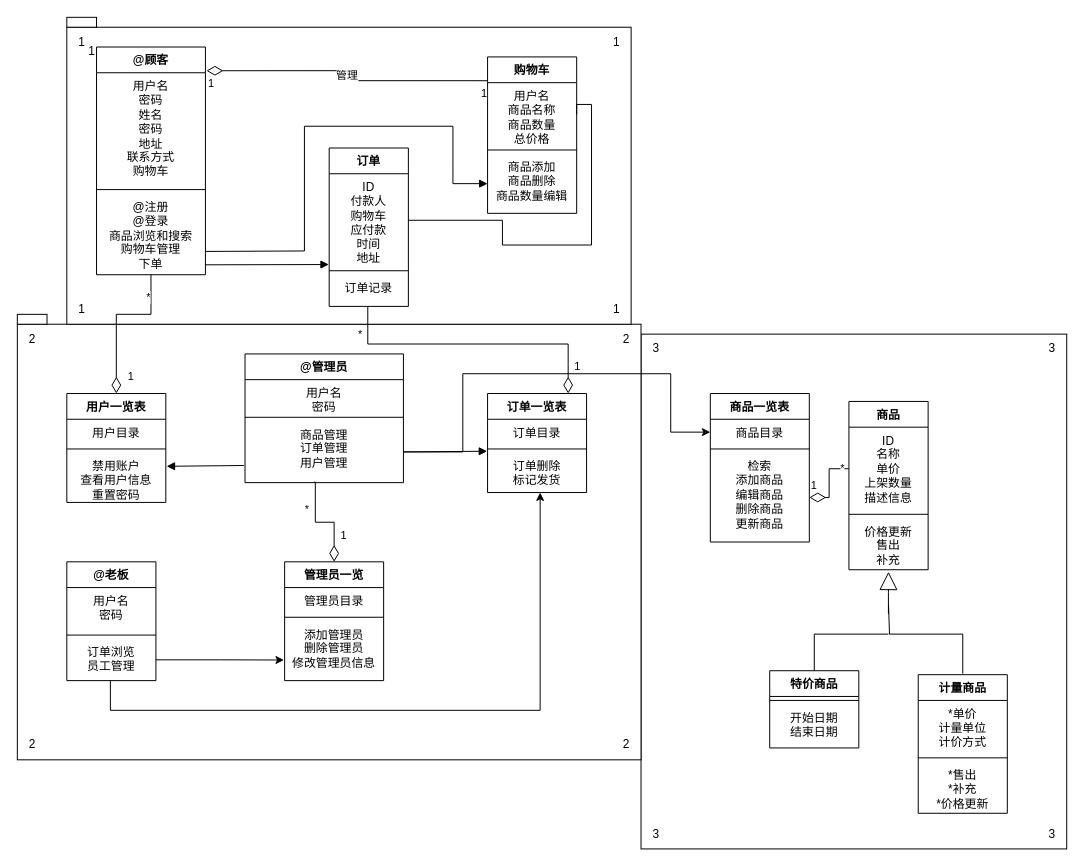
Above: 未命名绘图.drawio in Grayguoliang/learngit (draw.io), before the change. Source tidied: cells renumbered, new cells numbered last; positions are measured from the earlier drawing's top-left corner, leaving out a move shared by most shapes. Both pictures are drawn from the tidied source at 99%, with x=0, y=0 at pixel (17, 17).
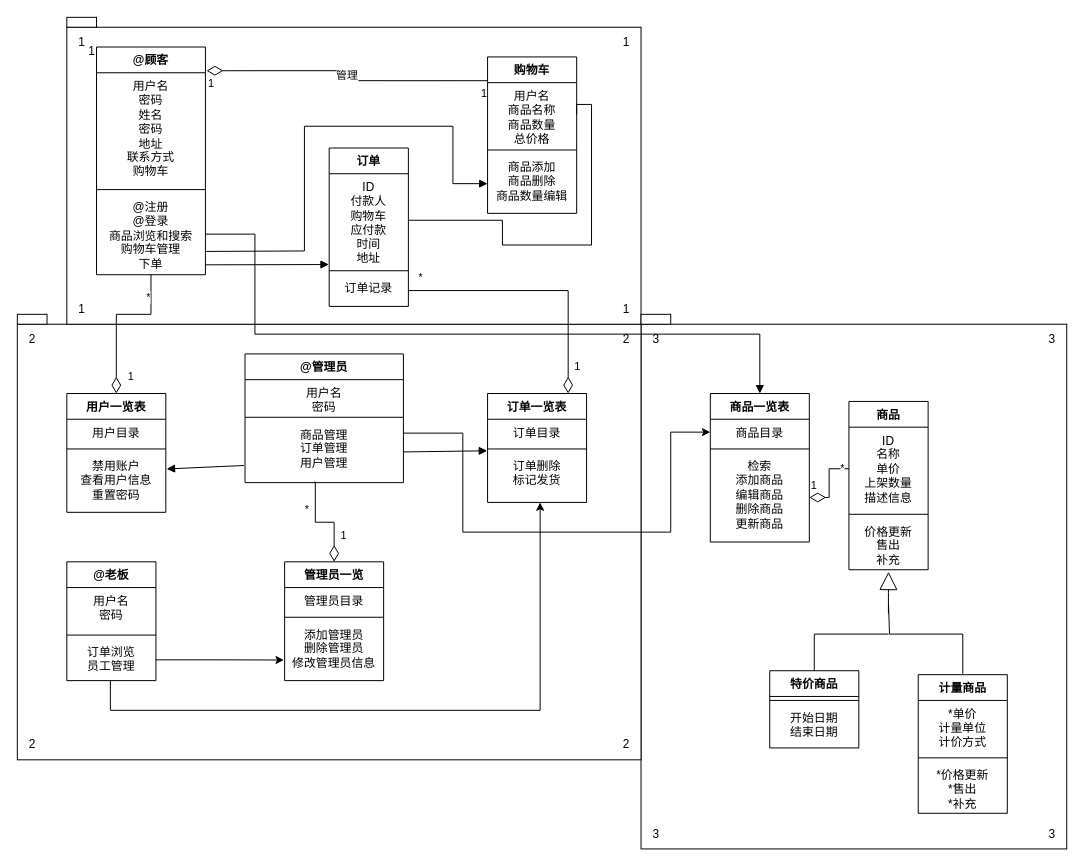
Above is the later version.

Commit message:
商店管理系统

Unchanged cells that the change refers to:
```xml
<mxCell id="8" value="订单记录" style="text;strokeColor=none;fillColor=none;align=center;verticalAlign=top;spacingLeft=4;spacingRight=4;overflow=hidden;points=[[0,0.5],[1,0.5]];portConstraint=eastwest;whiteSpace=wrap;html=1;" parent="5" vertex="1">
  <mxGeometry y="128" width="80" height="32" as="geometry" />
</mxCell>
<mxCell id="13" value="&lt;div style=&quot;&quot;&gt;&lt;span style=&quot;background-color: initial;&quot;&gt;@注册&lt;/span&gt;&lt;/div&gt;&lt;div style=&quot;&quot;&gt;&lt;span style=&quot;background-color: initial;&quot;&gt;@登录&lt;/span&gt;&lt;/div&gt;&lt;div style=&quot;&quot;&gt;&lt;span style=&quot;background-color: initial;&quot;&gt;商品浏览和搜索&lt;/span&gt;&lt;/div&gt;&lt;div style=&quot;&quot;&gt;&lt;span style=&quot;background-color: initial;&quot;&gt;购物车管理&lt;/span&gt;&lt;/div&gt;&lt;div style=&quot;&quot;&gt;&lt;span style=&quot;background-color: initial;&quot;&gt;下单&lt;/span&gt;&lt;/div&gt;&lt;div style=&quot;&quot;&gt;&lt;span style=&quot;background-color: initial;&quot;&gt;&lt;br&gt;&lt;/span&gt;&lt;/div&gt;" style="text;strokeColor=none;fillColor=none;align=center;verticalAlign=top;spacingLeft=4;spacingRight=4;overflow=hidden;points=[[0,0.5],[1,0.5]];portConstraint=eastwest;whiteSpace=wrap;html=1;" parent="10" vertex="1">
  <mxGeometry y="148" width="110" height="82" as="geometry" />
</mxCell>
<mxCell id="22" value="商品管理&lt;br&gt;订单管理&lt;br&gt;用户管理" style="text;strokeColor=none;fillColor=none;align=center;verticalAlign=top;spacingLeft=4;spacingRight=4;overflow=hidden;points=[[0,0.5],[1,0.5]];portConstraint=eastwest;whiteSpace=wrap;html=1;" parent="19" vertex="1">
  <mxGeometry y="68" width="160" height="62" as="geometry" />
</mxCell>
<mxCell id="67" value="商品一览表" style="swimlane;fontStyle=1;align=center;verticalAlign=top;horizontal=1;startSize=26;whiteSpace=wrap;html=1;" parent="1" vertex="1">
  <mxGeometry x="700" y="380" width="100" height="150" as="geometry" />
</mxCell>
<mxCell id="68" value="商品目录" style="text;strokeColor=none;fillColor=none;align=center;verticalAlign=top;spacingLeft=4;spacingRight=4;overflow=hidden;points=[[0,0.5],[1,0.5]];portConstraint=eastwest;whiteSpace=wrap;html=1;" parent="67" vertex="1">
  <mxGeometry y="26" width="100" height="26" as="geometry" />
</mxCell>
<mxCell id="84" value="计量商品" style="swimlane;fontStyle=1;align=center;verticalAlign=top;horizontal=1;startSize=26;whiteSpace=wrap;html=1;" parent="1" vertex="1">
  <mxGeometry x="910" y="664" width="90" height="140" as="geometry" />
</mxCell>
```

The edit, as a diff of the source:
```diff
@@
     <mxCell id="2" style="rounded=0;whiteSpace=wrap;html=1;" parent="1" vertex="1">
-      <mxGeometry x="630" y="320" width="430" height="520" as="geometry" />
+      <mxGeometry x="630" y="310" width="430" height="530" as="geometry" />
     </mxCell>
@@
     <mxCell id="4" style="rounded=0;whiteSpace=wrap;html=1;" parent="1" vertex="1">
-      <mxGeometry x="50" y="10" width="570" height="300" as="geometry" />
+      <mxGeometry x="50" y="10" width="580" height="300" as="geometry" />
     </mxCell>
@@
     <mxCell id="28" value="订单一览表" style="swimlane;fontStyle=1;align=center;verticalAlign=top;horizontal=1;startSize=26;whiteSpace=wrap;html=1;" parent="1" vertex="1">
-      <mxGeometry x="475" y="380" width="100" height="100" as="geometry" />
+      <mxGeometry x="475" y="380" width="100" height="110" as="geometry" />
     </mxCell>
@@
     <mxCell id="31" value="订单删除&lt;br&gt;标记发货" style="text;strokeColor=none;fillColor=none;align=center;verticalAlign=top;spacingLeft=4;spacingRight=4;overflow=hidden;points=[[0,0.5],[1,0.5]];portConstraint=eastwest;whiteSpace=wrap;html=1;" parent="28" vertex="1">
-      <mxGeometry y="60" width="100" height="40" as="geometry" />
+      <mxGeometry y="60" width="100" height="50" as="geometry" />
     </mxCell>
     <mxCell id="32" value="用户一览表" style="swimlane;fontStyle=1;align=center;verticalAlign=top;horizontal=1;startSize=26;whiteSpace=wrap;html=1;" parent="1" vertex="1">
-      <mxGeometry x="50" y="380" width="100" height="110" as="geometry" />
+      <mxGeometry x="50" y="380" width="100" height="120" as="geometry" />
     </mxCell>
@@
     <mxCell id="35" value="禁用账户&lt;br&gt;查看用户信息&lt;br&gt;重置密码" style="text;strokeColor=none;fillColor=none;align=center;verticalAlign=top;spacingLeft=4;spacingRight=4;overflow=hidden;points=[[0,0.5],[1,0.5]];portConstraint=eastwest;whiteSpace=wrap;html=1;" parent="32" vertex="1">
-      <mxGeometry y="60" width="100" height="50" as="geometry" />
+      <mxGeometry y="60" width="100" height="60" as="geometry" />
     </mxCell>
@@
-    <mxCell id="41" style="endArrow=none;html=1;endSize=12;startArrow=diamondThin;startSize=14;startFill=0;edgeStyle=orthogonalEdgeStyle;rounded=0;exitX=0.5;exitY=0;exitDx=0;exitDy=0;endFill=0;" parent="1" edge="1" target="8">
+    <mxCell id="41" style="endArrow=none;html=1;endSize=12;startArrow=diamondThin;startSize=14;startFill=0;edgeStyle=orthogonalEdgeStyle;rounded=0;exitX=0.5;exitY=0;exitDx=0;exitDy=0;endFill=0;entryX=1;entryY=0.5;entryDx=0;entryDy=0;" parent="1" edge="1" target="8">
       <mxGeometry relative="1" as="geometry">
         <mxPoint x="556.4" y="380" as="sourcePoint" />
         <Array as="points">
-          <mxPoint x="556" y="330" />
-          <mxPoint x="354" y="330" />
+          <mxPoint x="556" y="276" />
         </Array>
       </mxGeometry>
     </mxCell>
@@
     <mxCell id="43" value="*" style="edgeLabel;html=1;align=right;verticalAlign=top;" parent="41" vertex="1">
       <mxGeometry x="1" relative="1" as="geometry">
-        <mxPoint x="-5" y="15" as="offset" />
+        <mxPoint x="15" y="-26" as="offset" />
       </mxGeometry>
     </mxCell>
@@
     <mxCell id="57" value="1" style="text;html=1;align=center;verticalAlign=middle;strokeColor=none;fillColor=none;" parent="1" vertex="1">
-      <mxGeometry x="590" y="10" width="30" height="30" as="geometry" />
+      <mxGeometry x="600" y="10" width="30" height="30" as="geometry" />
     </mxCell>
     <mxCell id="58" value="1" style="text;html=1;align=center;verticalAlign=middle;strokeColor=none;fillColor=none;" parent="1" vertex="1">
-      <mxGeometry x="590" y="280" width="30" height="30" as="geometry" />
+      <mxGeometry x="600" y="280" width="30" height="30" as="geometry" />
     </mxCell>
@@
-    <mxCell id="71" style="edgeStyle=orthogonalEdgeStyle;rounded=0;jettySize=auto;html=1;entryX=0;entryY=0.5;entryDx=0;entryDy=0;exitX=1;exitY=0.5;exitDx=0;exitDy=0;" parent="1" edge="1" source="22" target="68">
+    <mxCell id="71" style="edgeStyle=orthogonalEdgeStyle;rounded=0;jettySize=auto;html=1;entryX=0;entryY=0.5;entryDx=0;entryDy=0;" parent="1" edge="1" target="68">
       <mxGeometry relative="1" as="geometry">
+        <mxPoint x="390" y="420" as="sourcePoint" />
         <Array as="points">
-          <mxPoint x="450" y="439" />
-          <mxPoint x="450" y="360" />
-          <mxPoint x="660" y="360" />
+          <mxPoint x="450" y="420" />
+          <mxPoint x="450" y="520" />
+          <mxPoint x="660" y="520" />
           <mxPoint x="660" y="419" />
         </Array>
       </mxGeometry>
     </mxCell>
@@
-    <mxCell id="87" value="*售出&lt;br&gt;*补充&lt;br&gt;*价格更新" style="text;strokeColor=none;fillColor=none;align=center;verticalAlign=top;spacingLeft=4;spacingRight=4;overflow=hidden;whiteSpace=wrap;html=1;" parent="84" vertex="1">
+    <mxCell id="87" value="*价格更新&lt;br style=&quot;border-color: var(--border-color);&quot;&gt;*售出&lt;br style=&quot;border-color: var(--border-color);&quot;&gt;*补充" style="text;strokeColor=none;fillColor=none;align=center;verticalAlign=top;spacingLeft=4;spacingRight=4;overflow=hidden;whiteSpace=wrap;html=1;" parent="84" vertex="1">
       <mxGeometry y="88" width="90" height="52" as="geometry" />
     </mxCell>
     <mxCell id="88" value="3" style="text;html=1;align=center;verticalAlign=middle;strokeColor=none;fillColor=none;" parent="1" vertex="1">
-      <mxGeometry x="630" y="320" width="30" height="30" as="geometry" />
+      <mxGeometry x="630" y="310" width="30" height="30" as="geometry" />
     </mxCell>
     <mxCell id="89" value="3" style="text;html=1;align=center;verticalAlign=middle;strokeColor=none;fillColor=none;" parent="1" vertex="1">
-      <mxGeometry x="1030" y="320" width="30" height="30" as="geometry" />
+      <mxGeometry x="1030" y="310" width="30" height="30" as="geometry" />
     </mxCell>
@@
+    <mxCell id="92" style="rounded=0;whiteSpace=wrap;html=1;" parent="1" vertex="1">
+      <mxGeometry x="630" y="300" width="30" height="10" as="geometry" />
+    </mxCell>
+    <mxCell id="93" style="edgeStyle=orthogonalEdgeStyle;rounded=0;jettySize=auto;html=1;entryX=0.5;entryY=0;entryDx=0;entryDy=0;exitX=1;exitY=0.5;exitDx=0;exitDy=0;endArrow=block;endFill=1;" parent="1" edge="1" source="13" target="67">
+      <mxGeometry relative="1" as="geometry">
+        <Array as="points">
+          <mxPoint x="240" y="219" />
+          <mxPoint x="240" y="320" />
+          <mxPoint x="750" y="320" />
+        </Array>
+      </mxGeometry>
+    </mxCell>
```
